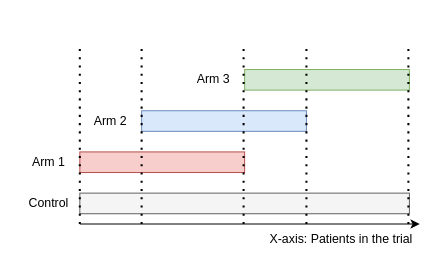
This is simulations_08_2022/figures/trial_design.drawio from pavlakrotka/MASTERARBEIT, a draw.io file, before an edit. Source tidied: cells renumbered, new cells numbered last; positions are measured from the earlier drawing's top-left corner, leaving out a move shared by most shapes. Both pictures are drawn from the tidied source at 103%, with x=0, y=0 at pixel (18, 48).
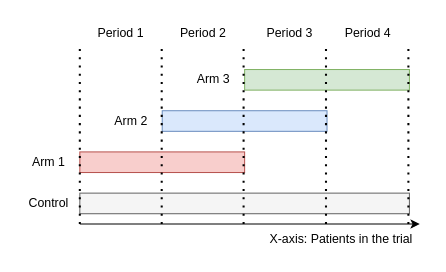
The same page after the edit.

The edit, as a diff of the source:
```diff
@@
     <mxCell id="5" style="rounded=0;whiteSpace=wrap;html=1;fillColor=#dae8fc;strokeColor=#6c8ebf;" parent="1" vertex="1">
-      <mxGeometry x="120" y="60" width="160" height="20" as="geometry" />
+      <mxGeometry x="140" y="60" width="160" height="20" as="geometry" />
     </mxCell>
@@
     <mxCell id="8" value="Arm 2" style="text;html=1;strokeColor=none;fillColor=none;align=center;verticalAlign=middle;whiteSpace=wrap;rounded=0;" parent="1" vertex="1">
-      <mxGeometry x="60" y="55" width="60" height="30" as="geometry" />
+      <mxGeometry x="80" y="55" width="60" height="30" as="geometry" />
     </mxCell>
@@
     <mxCell id="12" style="endArrow=none;dashed=1;html=1;dashPattern=1 3;strokeWidth=2;rounded=0;" parent="1" edge="1">
       <mxGeometry relative="1" as="geometry">
-        <mxPoint x="120" y="170" as="sourcePoint" />
-        <mxPoint x="120" as="targetPoint" />
+        <mxPoint x="139.5" y="170" as="sourcePoint" />
+        <mxPoint x="139.5" as="targetPoint" />
       </mxGeometry>
     </mxCell>
@@
     <mxCell id="14" style="endArrow=none;dashed=1;html=1;dashPattern=1 3;strokeWidth=2;rounded=0;" parent="1" edge="1">
       <mxGeometry relative="1" as="geometry">
-        <mxPoint x="280" y="170" as="sourcePoint" />
-        <mxPoint x="280" as="targetPoint" />
+        <mxPoint x="299" y="170" as="sourcePoint" />
+        <mxPoint x="299" as="targetPoint" />
       </mxGeometry>
     </mxCell>
@@
+    <mxCell id="17" value="Period 1" style="text;html=1;strokeColor=none;fillColor=none;align=center;verticalAlign=middle;whiteSpace=wrap;rounded=0;" parent="1" vertex="1">
+      <mxGeometry x="70" y="-30" width="60" height="30" as="geometry" />
+    </mxCell>
+    <mxCell id="18" value="Period 2" style="text;html=1;strokeColor=none;fillColor=none;align=center;verticalAlign=middle;whiteSpace=wrap;rounded=0;" parent="1" vertex="1">
+      <mxGeometry x="150" y="-30" width="60" height="30" as="geometry" />
+    </mxCell>
+    <mxCell id="19" value="Period 3" style="text;html=1;strokeColor=none;fillColor=none;align=center;verticalAlign=middle;whiteSpace=wrap;rounded=0;" parent="1" vertex="1">
+      <mxGeometry x="233.5" y="-30" width="60" height="30" as="geometry" />
+    </mxCell>
+    <mxCell id="20" value="Period 4" style="text;html=1;strokeColor=none;fillColor=none;align=center;verticalAlign=middle;whiteSpace=wrap;rounded=0;" parent="1" vertex="1">
+      <mxGeometry x="310" y="-30" width="60" height="30" as="geometry" />
+    </mxCell>
```
